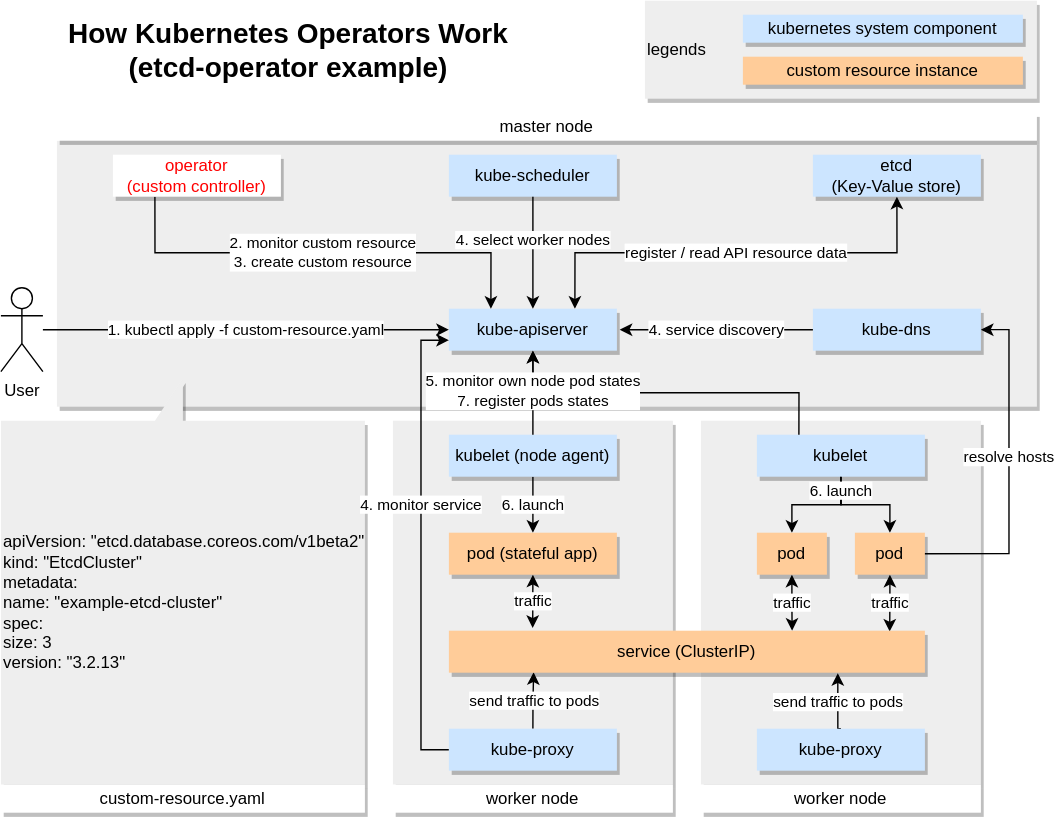
k-makino-jp/sandbox keeps this draw.io diagram as Kubernetes/images/operator-overview.drawio.svg. Above is the earlier version. Source tidied: cells renumbered, new cells last; positions are measured from the earlier drawing's top-left corner, leaving out a move shared by most shapes.
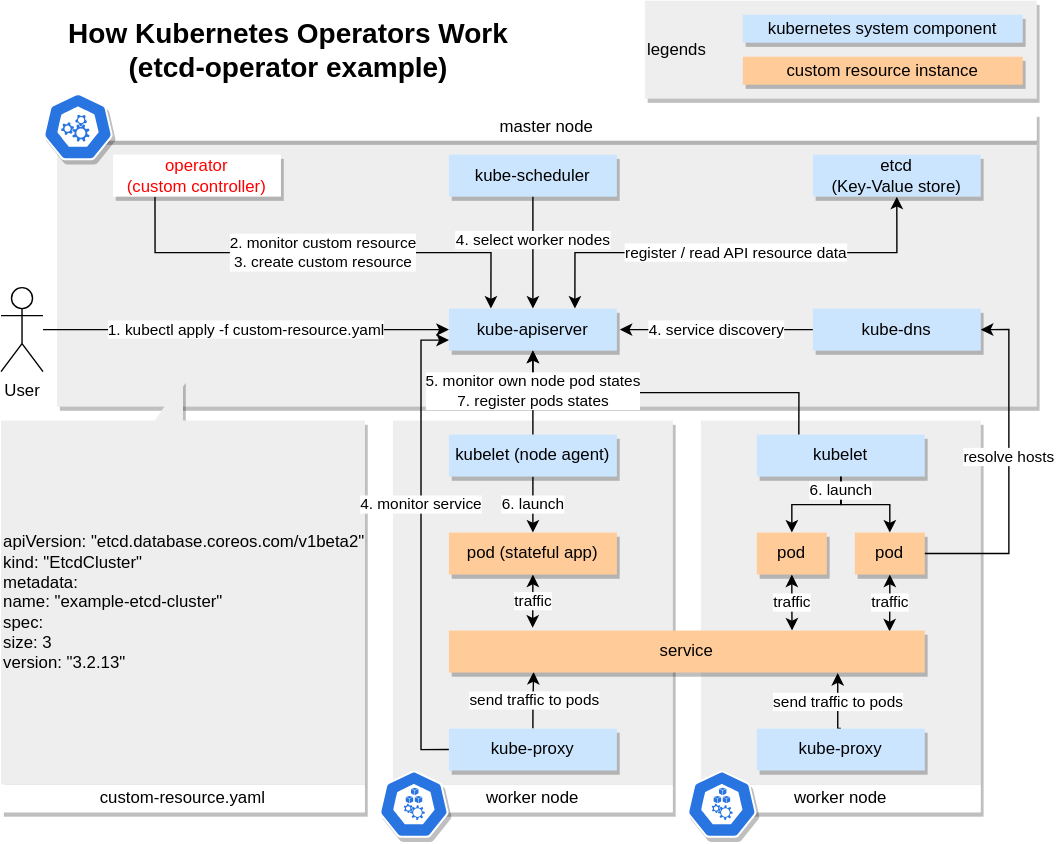
The same diagram one commit later.

Diff of the diagram source:
```diff
@@ -1,4 +1,4 @@
-<mxGraphModel>
+<mxGraphModel background="#ffffff">
   <root>
     <mxCell id="0" />
     <mxCell id="1" parent="0" />
@@ -129,7 +129,7 @@
     <mxCell id="42" value="resolve hosts" style="edgeStyle=orthogonalEdgeStyle;rounded=0;jettySize=auto;html=1;exitX=1;exitY=0.5;exitDx=0;exitDy=0;entryX=1;entryY=0.5;entryDx=0;entryDy=0;verticalAlign=bottom;align=center;fontFamily=Helvetica;" parent="1" edge="1" source="26" target="10">
       <mxGeometry relative="1" as="geometry" />
     </mxCell>
-    <mxCell id="43" value="service (ClusterIP)" style="rounded=0;whiteSpace=wrap;html=1;fontFamily=Helvetica;shadow=1;fillColor=#ffcc99;strokeColor=none;" parent="1" vertex="1">
+    <mxCell id="43" value="service" style="rounded=0;whiteSpace=wrap;html=1;fontFamily=Helvetica;shadow=1;fillColor=#ffcc99;strokeColor=none;" parent="1" vertex="1">
       <mxGeometry x="320" y="450" width="340" height="30" as="geometry" />
     </mxCell>
     <mxCell id="44" value="custom resource instance" style="rounded=0;whiteSpace=wrap;html=1;fontFamily=Helvetica;shadow=1;fillColor=#ffcc99;strokeColor=none;" parent="1" vertex="1">
@@ -141,5 +141,14 @@
     <mxCell id="46" value="How Kubernetes Operators Work&lt;br style=&quot;font-size: 20px&quot;&gt;(etcd-operator example)" style="text;html=1;align=center;verticalAlign=middle;strokeColor=none;fontSize=20;fontStyle=1;fontFamily=Helvetica;" parent="1" vertex="1">
       <mxGeometry x="40" y="10" width="330" height="50" as="geometry" />
     </mxCell>
+    <mxCell id="47" style="html=1;dashed=0;whitespace=wrap;fillColor=#2875E2;strokeColor=#ffffff;shape=mxgraph.kubernetes.icon;prIcon=master;rounded=0;shadow=1;glass=0;labelBackgroundColor=#ffffff;sketch=0;fontFamily=Helvetica;" parent="1" vertex="1">
+      <mxGeometry x="30" y="66" width="50" height="48" as="geometry" />
+    </mxCell>
+    <mxCell id="48" style="html=1;dashed=0;whitespace=wrap;fillColor=#2875E2;strokeColor=#ffffff;shape=mxgraph.kubernetes.icon;prIcon=node;rounded=0;shadow=1;glass=0;labelBackgroundColor=#ffffff;sketch=0;fontFamily=Helvetica;" parent="1" vertex="1">
+      <mxGeometry x="270" y="550" width="50" height="48" as="geometry" />
+    </mxCell>
+    <mxCell id="49" style="html=1;dashed=0;whitespace=wrap;fillColor=#2875E2;strokeColor=#ffffff;shape=mxgraph.kubernetes.icon;prIcon=node;rounded=0;shadow=1;glass=0;labelBackgroundColor=#ffffff;sketch=0;fontFamily=Helvetica;" parent="1" vertex="1">
+      <mxGeometry x="490" y="550" width="50" height="48" as="geometry" />
+    </mxCell>
   </root>
 </mxGraphModel>
```
